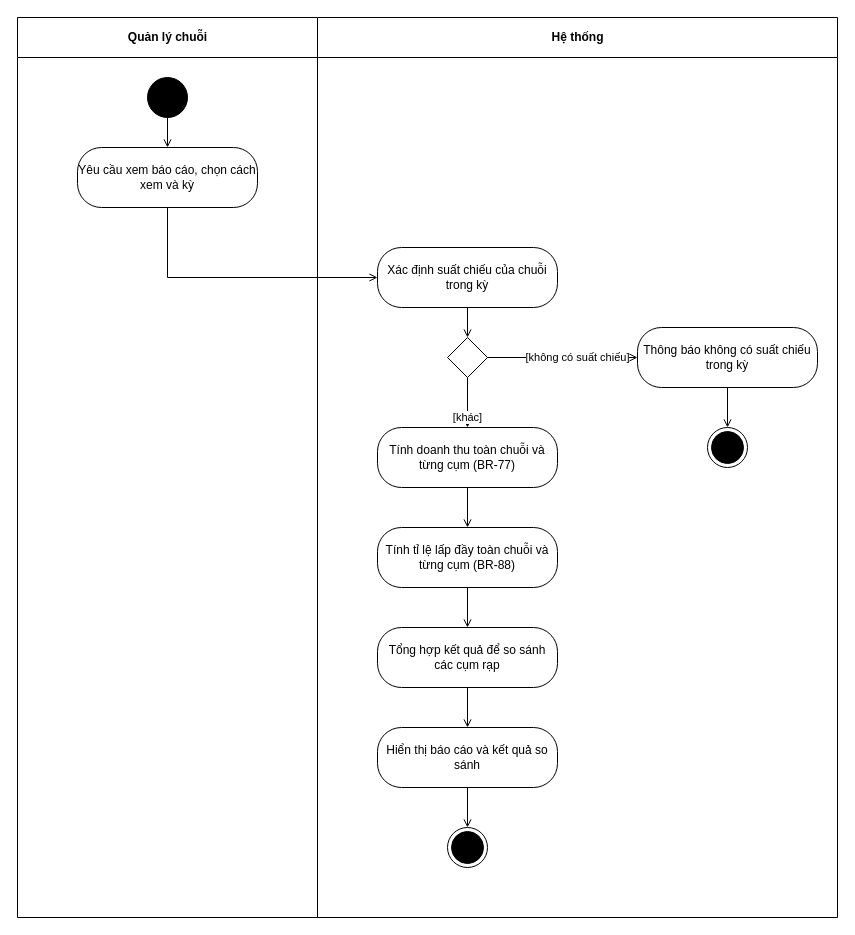
This is design/diagrams/P04-activity-UC-016.drawio from luytbq/app-dat-ve-xem-phim, a draw.io file, before an edit. Source tidied: cells renumbered, new cells numbered last; positions are measured from the earlier drawing's top-left corner, leaving out a move shared by most shapes. Both pictures are drawn from the tidied source at 100%, with x=0, y=0 at pixel (17, 17).
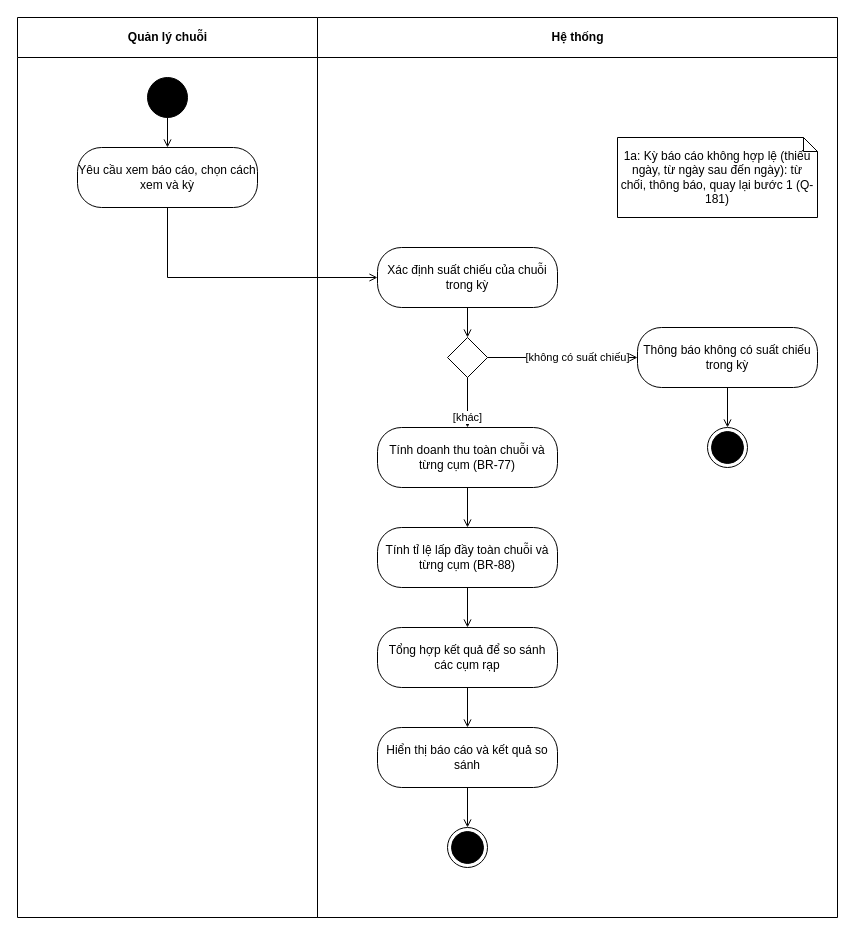
After the change.

Unchanged cells that the change refers to:
```xml
<mxCell id="3" value="Hệ thống" style="swimlane;html=1;startSize=40;" parent="1" vertex="1">
  <mxGeometry x="300" width="520" height="900" as="geometry" />
</mxCell>
```

The edit, as a diff of the source:
```diff
@@
+    <mxCell id="25" value="1a: Kỳ báo cáo không hợp lệ (thiếu ngày, từ ngày sau đến ngày): từ chối, thông báo, quay lại bước 1 (Q-181)" style="shape=note;whiteSpace=wrap;html=1;size=14;" parent="3" vertex="1">
+      <mxGeometry x="300" y="120" width="200" height="80" as="geometry" />
+    </mxCell>
```
